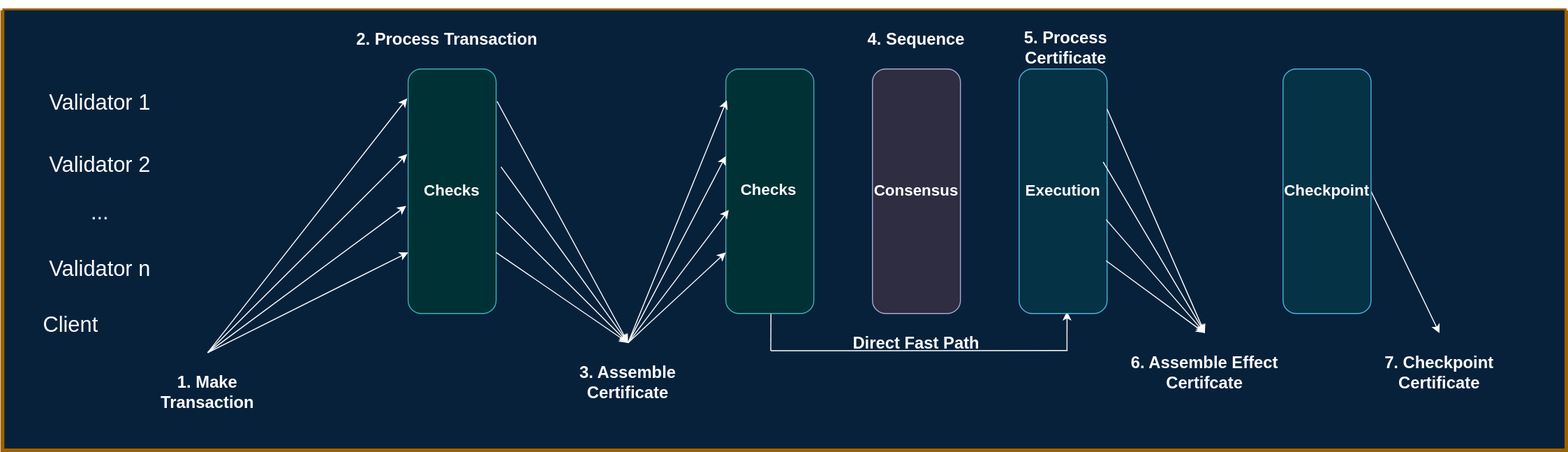
Above: docs/site/static/img/about-iota/iota-architecture/dark/TransactionLifeCycle.svg in iotaledger/iota (draw.io), before the change. Source tidied: cells renumbered, new cells last; positions are measured from the earlier drawing's top-left corner, leaving out a move shared by most shapes.
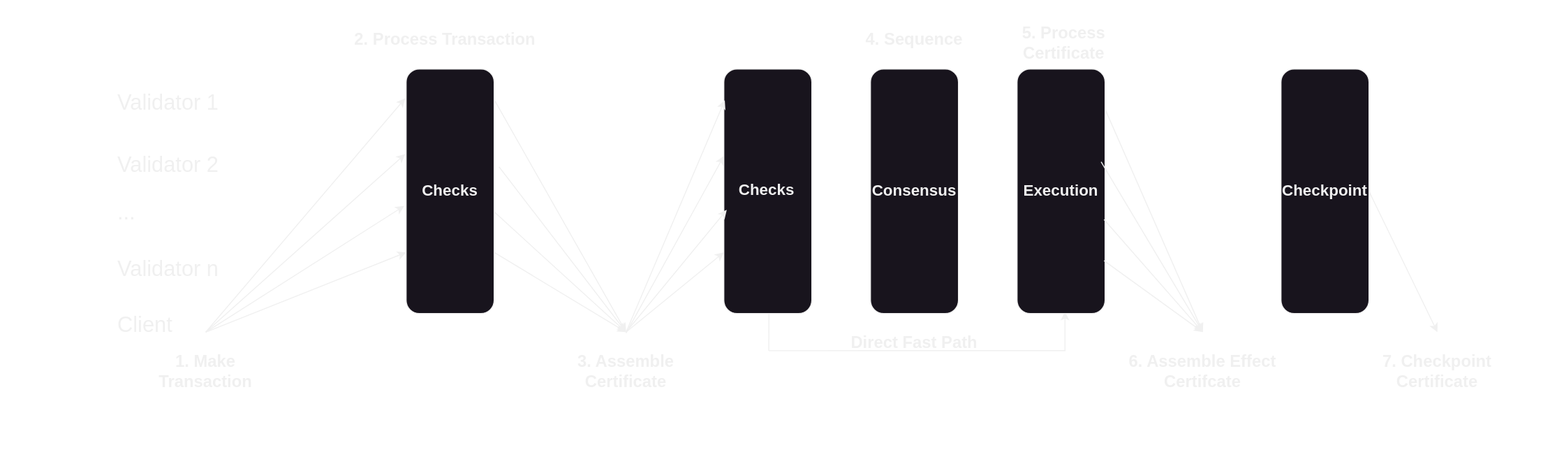
The same file after the commit.

Commit message:
task(devx):update transaction lifecycle

The edit, as a diff of the source:
```diff
@@ -2,7 +2,7 @@
   <root>
     <mxCell id="0" />
     <mxCell id="1" parent="0" />
-    <mxCell id="2" value="&lt;h4&gt;&lt;br&gt;&lt;/h4&gt;" style="swimlane;html=1;startSize=0;fontStyle=1;horizontal=1;swimlaneLine=0;strokeWidth=4;swimlaneFillColor=#CCE5FF;fillColor=#ffe6cc;strokeColor=#d79b00;fontFamily=Tahoma;swimlaneHead=1;noLabel=0;spacingTop=60;" parent="1" vertex="1">
+    <mxCell id="2" value="&lt;h4&gt;&lt;br&gt;&lt;/h4&gt;" style="swimlane;html=1;startSize=0;fontStyle=1;horizontal=1;swimlaneLine=0;strokeWidth=4;swimlaneFillColor=none;fontFamily=Tahoma;swimlaneHead=1;noLabel=0;spacingTop=60;strokeColor=none;fillColor=none;" parent="1" vertex="1">
       <mxGeometry y="10" width="1600" height="450" as="geometry" />
     </mxCell>
     <mxCell id="3" style="edgeStyle=orthogonalEdgeStyle;rounded=0;orthogonalLoop=1;jettySize=auto;html=1;fontSize=8;entryX=0.5;entryY=0;entryDx=0;entryDy=0;entryPerimeter=0;strokeColor=#369FAB;fontFamily=Helvetica;" parent="2" edge="1">
@@ -21,50 +21,47 @@
       </mxGeometry>
     </mxCell>
     <mxCell id="6" value="&lt;h1 style=&quot;font-size: 17px;&quot;&gt;1. Make Transaction&lt;/h1&gt;" style="text;html=1;align=center;verticalAlign=middle;whiteSpace=wrap;rounded=0;fontSize=17;" parent="2" vertex="1">
-      <mxGeometry x="130" y="350" width="160" height="81" as="geometry" />
+      <mxGeometry x="130" y="329" width="160" height="81" as="geometry" />
     </mxCell>
-    <mxCell id="7" value="&lt;span style=&quot;font-size: 16px;&quot;&gt;&lt;/span&gt;&lt;span style=&quot;line-height: 1; font-size: 16px;&quot;&gt;&lt;font style=&quot;font-size: 16px;&quot;&gt;&lt;b&gt;Checks&lt;/b&gt;&lt;/font&gt;&lt;/span&gt;" style="rounded=1;whiteSpace=wrap;html=1;fontFamily=Helvetica;fontSize=16;fillColor=#b0e3e6;spacingBottom=3;strokeColor=#0e8088;direction=east;flipH=0;" parent="2" vertex="1">
+    <mxCell id="7" value="&lt;span style=&quot;font-size: 16px;&quot;&gt;&lt;/span&gt;&lt;span style=&quot;line-height: 1; font-size: 16px;&quot;&gt;&lt;font style=&quot;font-size: 16px;&quot;&gt;&lt;b&gt;Checks&lt;/b&gt;&lt;/font&gt;&lt;/span&gt;" style="rounded=1;whiteSpace=wrap;html=1;fontFamily=Helvetica;fontSize=16;spacingBottom=3;direction=east;flipH=0;" parent="2" vertex="1">
       <mxGeometry x="415" y="60" width="90" height="250" as="geometry" />
     </mxCell>
-    <mxCell id="8" value="Client&lt;div style=&quot;font-size: 22px;&quot;&gt;&lt;br style=&quot;font-size: 22px;&quot;&gt;&lt;/div&gt;" style="text;html=1;align=center;verticalAlign=middle;whiteSpace=wrap;rounded=0;fontSize=22;" parent="2" vertex="1">
-      <mxGeometry x="40" y="320" width="60" height="30" as="geometry" />
+    <mxCell id="8" value="Client&lt;div style=&quot;font-size: 22px;&quot;&gt;&lt;br style=&quot;font-size: 22px;&quot;&gt;&lt;/div&gt;" style="text;html=1;align=left;verticalAlign=middle;whiteSpace=wrap;rounded=0;fontSize=22;" parent="2" vertex="1">
+      <mxGeometry x="118" y="320" width="60" height="30" as="geometry" />
     </mxCell>
-    <mxCell id="9" value="&lt;div style=&quot;font-size: 22px;&quot;&gt;Validator n&lt;/div&gt;" style="text;html=1;align=center;verticalAlign=middle;whiteSpace=wrap;rounded=0;fontSize=22;" parent="2" vertex="1">
-      <mxGeometry x="40" y="250" width="120" height="30" as="geometry" />
+    <mxCell id="9" value="&lt;div style=&quot;font-size: 22px;&quot;&gt;Validator n&lt;/div&gt;" style="text;html=1;align=left;verticalAlign=middle;whiteSpace=wrap;rounded=0;fontSize=22;" parent="2" vertex="1">
+      <mxGeometry x="118" y="250" width="120" height="30" as="geometry" />
     </mxCell>
-    <mxCell id="10" value="&lt;div style=&quot;font-size: 22px;&quot;&gt;Validator 1&lt;/div&gt;" style="text;html=1;align=center;verticalAlign=middle;whiteSpace=wrap;rounded=0;fontSize=22;" parent="2" vertex="1">
-      <mxGeometry x="40" y="80" width="120" height="30" as="geometry" />
+    <mxCell id="10" value="&lt;div style=&quot;font-size: 22px;&quot;&gt;Validator 1&lt;/div&gt;" style="text;html=1;align=left;verticalAlign=middle;whiteSpace=wrap;rounded=0;fontSize=22;" parent="2" vertex="1">
+      <mxGeometry x="118" y="80" width="120" height="30" as="geometry" />
     </mxCell>
-    <mxCell id="11" value="&lt;div style=&quot;font-size: 22px;&quot;&gt;Validator 2&lt;/div&gt;" style="text;html=1;align=center;verticalAlign=middle;whiteSpace=wrap;rounded=0;fontSize=22;" parent="2" vertex="1">
-      <mxGeometry x="40" y="144" width="120" height="30" as="geometry" />
+    <mxCell id="11" value="&lt;div style=&quot;font-size: 22px;&quot;&gt;Validator 2&lt;/div&gt;" style="text;html=1;align=left;verticalAlign=middle;whiteSpace=wrap;rounded=0;fontSize=22;" parent="2" vertex="1">
+      <mxGeometry x="118" y="144" width="120" height="30" as="geometry" />
     </mxCell>
-    <mxCell id="12" style="endArrow=classic;html=1;rounded=0;" parent="2" edge="1">
+    <mxCell id="12" style="endArrow=classic;html=1;rounded=0;exitX=0.5;exitY=0;exitDx=0;exitDy=0;fontColor=#000000;" parent="2" edge="1" source="6">
       <mxGeometry relative="1" as="geometry">
-        <mxPoint x="210" y="350" as="sourcePoint" />
         <mxPoint x="413" y="200" as="targetPoint" />
       </mxGeometry>
     </mxCell>
-    <mxCell id="13" style="endArrow=classic;html=1;rounded=0;entryX=0;entryY=0.75;entryDx=0;entryDy=0;" parent="2" edge="1" target="7">
-      <mxGeometry relative="1" as="geometry">
-        <mxPoint x="210" y="350" as="sourcePoint" />
-      </mxGeometry>
+    <mxCell id="13" style="endArrow=classic;html=1;rounded=0;entryX=0;entryY=0.75;entryDx=0;entryDy=0;exitX=0.5;exitY=0;exitDx=0;exitDy=0;fontColor=#000000;" parent="2" edge="1" source="6" target="7">
+      <mxGeometry relative="1" as="geometry" />
     </mxCell>
-    <mxCell id="14" style="endArrow=classic;html=1;rounded=0;exitX=0.5;exitY=0;exitDx=0;exitDy=0;entryX=-0.011;entryY=0.348;entryDx=0;entryDy=0;entryPerimeter=0;" parent="2" edge="1" source="6" target="7">
+    <mxCell id="14" style="endArrow=classic;html=1;rounded=0;exitX=0.5;exitY=0;exitDx=0;exitDy=0;entryX=-0.011;entryY=0.348;entryDx=0;entryDy=0;entryPerimeter=0;fontColor=#000000;" parent="2" edge="1" source="6" target="7">
       <mxGeometry relative="1" as="geometry" />
     </mxCell>
-    <mxCell id="15" style="endArrow=classic;html=1;rounded=0;exitX=0.5;exitY=0;exitDx=0;exitDy=0;entryX=-0.011;entryY=0.12;entryDx=0;entryDy=0;entryPerimeter=0;" parent="2" edge="1" source="6" target="7">
+    <mxCell id="15" style="endArrow=classic;html=1;rounded=0;exitX=0.5;exitY=0;exitDx=0;exitDy=0;entryX=-0.011;entryY=0.12;entryDx=0;entryDy=0;entryPerimeter=0;fontColor=#000000;" parent="2" edge="1" source="6" target="7">
       <mxGeometry relative="1" as="geometry" />
     </mxCell>
     <mxCell id="16" value="&lt;h1 style=&quot;font-size: 17px;&quot;&gt;3. Assemble Certificate&lt;/h1&gt;" style="text;html=1;align=center;verticalAlign=middle;whiteSpace=wrap;rounded=0;fontSize=17;" parent="2" vertex="1">
-      <mxGeometry x="560" y="340" width="160" height="81" as="geometry" />
+      <mxGeometry x="560" y="329" width="160" height="81" as="geometry" />
     </mxCell>
     <mxCell id="17" value="&lt;h1 style=&quot;font-size: 17px;&quot;&gt;2. Process Transaction&lt;/h1&gt;" style="text;html=1;align=center;verticalAlign=middle;whiteSpace=wrap;rounded=0;fontSize=17;" parent="2" vertex="1">
       <mxGeometry x="260" y="-10" width="390" height="81" as="geometry" />
     </mxCell>
-    <mxCell id="18" style="endArrow=classic;html=1;rounded=0;entryX=0.5;entryY=0;entryDx=0;entryDy=0;exitX=1.011;exitY=0.132;exitDx=0;exitDy=0;exitPerimeter=0;" parent="2" edge="1" source="7" target="16">
+    <mxCell id="18" style="endArrow=classic;html=1;rounded=0;entryX=0.5;entryY=0;entryDx=0;entryDy=0;exitX=1.011;exitY=0.132;exitDx=0;exitDy=0;exitPerimeter=0;fontColor=#000000;" parent="2" edge="1" source="7" target="16">
       <mxGeometry relative="1" as="geometry" />
     </mxCell>
-    <mxCell id="19" style="endArrow=classic;html=1;rounded=0;entryX=0.5;entryY=0;entryDx=0;entryDy=0;" parent="2" edge="1" target="16">
+    <mxCell id="19" style="endArrow=classic;html=1;rounded=0;entryX=0.5;entryY=0;entryDx=0;entryDy=0;fontColor=#000000;" parent="2" edge="1" target="16">
       <mxGeometry relative="1" as="geometry">
         <mxPoint x="510" y="160" as="sourcePoint" />
       </mxGeometry>
@@ -73,94 +70,88 @@
       <mxGeometry x="740" y="-10" width="390" height="81" as="geometry" />
     </mxCell>
     <mxCell id="21" value="&lt;h1 style=&quot;font-size: 17px;&quot;&gt;5. Process Certificate&lt;/h1&gt;" style="text;html=1;align=center;verticalAlign=middle;whiteSpace=wrap;rounded=0;fontSize=17;" parent="2" vertex="1">
-      <mxGeometry x="1028" y="-2" width="120" height="81" as="geometry" />
+      <mxGeometry x="1028" y="-7" width="120" height="81" as="geometry" />
     </mxCell>
     <mxCell id="22" value="&lt;h1 style=&quot;font-size: 17px;&quot;&gt;6. Assemble Effect Certifcate&lt;/h1&gt;" style="text;html=1;align=center;verticalAlign=middle;whiteSpace=wrap;rounded=0;fontSize=17;" parent="2" vertex="1">
-      <mxGeometry x="1130" y="330" width="200" height="81" as="geometry" />
+      <mxGeometry x="1130" y="329" width="200" height="81" as="geometry" />
     </mxCell>
     <mxCell id="23" value="&lt;h1 style=&quot;font-size: 17px;&quot;&gt;7. Checkpoint Certificate&lt;/h1&gt;" style="text;html=1;align=center;verticalAlign=middle;whiteSpace=wrap;rounded=0;fontSize=17;" parent="2" vertex="1">
-      <mxGeometry x="1370" y="330" width="200" height="81" as="geometry" />
+      <mxGeometry x="1370" y="329" width="200" height="81" as="geometry" />
     </mxCell>
-    <mxCell id="24" value="&lt;div style=&quot;font-size: 22px;&quot;&gt;...&lt;/div&gt;" style="text;html=1;align=center;verticalAlign=middle;whiteSpace=wrap;rounded=0;fontSize=22;" parent="2" vertex="1">
-      <mxGeometry x="40" y="192" width="120" height="30" as="geometry" />
+    <mxCell id="24" value="&lt;div style=&quot;font-size: 22px;&quot;&gt;...&lt;/div&gt;" style="text;html=1;align=left;verticalAlign=middle;whiteSpace=wrap;rounded=0;fontSize=22;" parent="2" vertex="1">
+      <mxGeometry x="118" y="192" width="120" height="30" as="geometry" />
     </mxCell>
-    <mxCell id="25" style="endArrow=classic;html=1;rounded=0;exitX=1;exitY=0.75;exitDx=0;exitDy=0;entryX=0.5;entryY=0;entryDx=0;entryDy=0;" parent="2" edge="1" source="7" target="16">
+    <mxCell id="25" style="endArrow=classic;html=1;rounded=0;exitX=1;exitY=0.75;exitDx=0;exitDy=0;entryX=0.5;entryY=0;entryDx=0;entryDy=0;fontColor=#000000;" parent="2" edge="1" source="7" target="16">
       <mxGeometry relative="1" as="geometry" />
     </mxCell>
-    <mxCell id="26" style="endArrow=classic;html=1;rounded=0;exitX=1;exitY=0.584;exitDx=0;exitDy=0;entryX=0.5;entryY=0;entryDx=0;entryDy=0;exitPerimeter=0;" parent="2" edge="1" source="7" target="16">
+    <mxCell id="26" style="endArrow=classic;html=1;rounded=0;exitX=1;exitY=0.584;exitDx=0;exitDy=0;entryX=0.5;entryY=0;entryDx=0;entryDy=0;exitPerimeter=0;fontColor=#000000;" parent="2" edge="1" source="7" target="16">
       <mxGeometry relative="1" as="geometry" />
     </mxCell>
-    <mxCell id="27" style="endArrow=classic;html=1;rounded=0;entryX=0.5;entryY=0;entryDx=0;entryDy=0;exitX=1;exitY=0.5;exitDx=0;exitDy=0;" parent="2" edge="1" source="34" target="23">
+    <mxCell id="27" style="endArrow=classic;html=1;rounded=0;entryX=0.5;entryY=0;entryDx=0;entryDy=0;exitX=1;exitY=0.5;exitDx=0;exitDy=0;fontColor=#000000;" parent="2" edge="1" source="34" target="23">
       <mxGeometry relative="1" as="geometry" />
     </mxCell>
-    <mxCell id="28" style="endArrow=none;html=1;rounded=0;" parent="2" edge="1">
+    <mxCell id="28" style="endArrow=none;html=1;rounded=0;fontColor=#000000;" parent="2" edge="1">
       <mxGeometry relative="1" as="geometry">
         <mxPoint x="786" y="348" as="sourcePoint" />
         <mxPoint x="786.2" y="310" as="targetPoint" />
       </mxGeometry>
     </mxCell>
-    <mxCell id="29" style="endArrow=classic;html=1;rounded=0;entryX=0.556;entryY=1;entryDx=0;entryDy=0;entryPerimeter=0;" parent="2" edge="1">
+    <mxCell id="29" style="endArrow=classic;html=1;rounded=0;entryX=0.556;entryY=1;entryDx=0;entryDy=0;entryPerimeter=0;fontColor=#000000;" parent="2" edge="1">
       <mxGeometry relative="1" as="geometry">
         <mxPoint x="1089" y="348" as="sourcePoint" />
         <mxPoint x="1089" y="308" as="targetPoint" />
       </mxGeometry>
     </mxCell>
-    <mxCell id="30" value="&lt;span style=&quot;font-size: 16px;&quot;&gt;&lt;/span&gt;&lt;span style=&quot;line-height: 1; font-size: 16px;&quot;&gt;&lt;font style=&quot;font-size: 16px;&quot;&gt;&lt;b&gt;Checks&lt;/b&gt;&lt;/font&gt;&lt;/span&gt;" style="rounded=1;whiteSpace=wrap;html=1;fontFamily=Helvetica;fontSize=16;fillColor=#b0e3e6;spacingBottom=3;strokeColor=#0e8088;textDirection=vertical-lr;labelPosition=center;verticalLabelPosition=middle;align=center;verticalAlign=middle;horizontal=0;" parent="2" vertex="1">
+    <mxCell id="30" value="&lt;span style=&quot;font-size: 16px;&quot;&gt;&lt;/span&gt;&lt;span style=&quot;line-height: 1; font-size: 16px;&quot;&gt;&lt;font style=&quot;font-size: 16px;&quot;&gt;&lt;b&gt;Checks&lt;/b&gt;&lt;/font&gt;&lt;/span&gt;" style="rounded=1;whiteSpace=wrap;html=1;fontFamily=Helvetica;fontSize=16;spacingBottom=3;textDirection=vertical-lr;labelPosition=center;verticalLabelPosition=middle;align=center;verticalAlign=middle;horizontal=0;" parent="2" vertex="1">
       <mxGeometry x="740" y="60" width="90" height="250" as="geometry" />
     </mxCell>
-    <mxCell id="31" value="&lt;span style=&quot;font-size: 16px;&quot;&gt;&lt;/span&gt;&lt;b&gt;Consensus&lt;/b&gt;" style="rounded=1;whiteSpace=wrap;html=1;fontFamily=Helvetica;fontSize=16;fillColor=#d0cee2;spacingBottom=3;strokeColor=#56517e;" parent="2" vertex="1">
+    <mxCell id="31" value="&lt;span style=&quot;font-size: 16px;&quot;&gt;&lt;/span&gt;&lt;b&gt;Consensus&lt;/b&gt;" style="rounded=1;whiteSpace=wrap;html=1;fontFamily=Helvetica;fontSize=16;spacingBottom=3;" parent="2" vertex="1">
       <mxGeometry x="890" y="60" width="90" height="250" as="geometry" />
     </mxCell>
-    <mxCell id="32" value="&lt;span style=&quot;font-size: 16px;&quot;&gt;&lt;/span&gt;&lt;b&gt;Execution&lt;/b&gt;" style="rounded=1;whiteSpace=wrap;html=1;fontFamily=Helvetica;fontSize=16;fillColor=#b1ddf0;spacingBottom=3;strokeColor=#10739e;" parent="2" vertex="1">
+    <mxCell id="32" value="&lt;span style=&quot;font-size: 16px;&quot;&gt;&lt;/span&gt;&lt;b&gt;Execution&lt;/b&gt;" style="rounded=1;whiteSpace=wrap;html=1;fontFamily=Helvetica;fontSize=16;spacingBottom=3;" parent="2" vertex="1">
       <mxGeometry x="1040" y="60" width="90" height="250" as="geometry" />
     </mxCell>
     <mxCell id="33" value="&lt;h1 style=&quot;font-size: 17px;&quot;&gt;Direct Fast Path&lt;/h1&gt;" style="text;html=1;align=center;verticalAlign=middle;whiteSpace=wrap;rounded=0;fontSize=17;" parent="2" vertex="1">
       <mxGeometry x="770" y="300" width="330" height="81" as="geometry" />
     </mxCell>
-    <mxCell id="34" value="&lt;span style=&quot;font-size: 16px;&quot;&gt;&lt;/span&gt;&lt;b&gt;Checkpoint&lt;/b&gt;" style="rounded=1;whiteSpace=wrap;html=1;fontFamily=Helvetica;fontSize=16;fillColor=#b1ddf0;spacingBottom=3;strokeColor=#10739e;" parent="2" vertex="1">
+    <mxCell id="34" value="&lt;span style=&quot;font-size: 16px;&quot;&gt;&lt;/span&gt;&lt;b&gt;Checkpoint&lt;/b&gt;" style="rounded=1;whiteSpace=wrap;html=1;fontFamily=Helvetica;fontSize=16;spacingBottom=3;" parent="2" vertex="1">
       <mxGeometry x="1310" y="60" width="90" height="250" as="geometry" />
     </mxCell>
+    <mxCell id="38" style="endArrow=classic;html=1;rounded=0;exitX=0.5;exitY=0;exitDx=0;exitDy=0;entryX=0.011;entryY=0.128;entryDx=0;entryDy=0;entryPerimeter=0;fontColor=#000000;" parent="2" edge="1" source="16" target="30">
+      <mxGeometry relative="1" as="geometry" />
+    </mxCell>
-    <mxCell id="35" style="endArrow=classic;html=1;rounded=0;entryX=0.033;entryY=0.576;entryDx=0;entryDy=0;entryPerimeter=0;" parent="1" edge="1" target="30">
-      <mxGeometry relative="1" as="geometry">
-        <mxPoint x="640" y="350" as="sourcePoint" />
-      </mxGeometry>
+    <mxCell id="35" style="endArrow=classic;html=1;rounded=0;entryX=0.033;entryY=0.576;entryDx=0;entryDy=0;entryPerimeter=0;exitX=0.5;exitY=0;exitDx=0;exitDy=0;fontColor=#000000;" parent="2" edge="1" source="16" target="30">
+      <mxGeometry relative="1" as="geometry" />
     </mxCell>
-    <mxCell id="36" style="endArrow=classic;html=1;rounded=0;entryX=0;entryY=0.75;entryDx=0;entryDy=0;" parent="1" edge="1" target="30">
-      <mxGeometry relative="1" as="geometry">
-        <mxPoint x="640" y="350" as="sourcePoint" />
-      </mxGeometry>
+    <mxCell id="36" style="endArrow=classic;html=1;rounded=0;entryX=0;entryY=0.75;entryDx=0;entryDy=0;exitX=0.5;exitY=0;exitDx=0;exitDy=0;fontColor=#000000;" parent="2" edge="1" source="16" target="30">
+      <mxGeometry relative="1" as="geometry" />
     </mxCell>
-    <mxCell id="37" style="endArrow=classic;html=1;rounded=0;exitX=0.5;exitY=0;exitDx=0;exitDy=0;entryX=0;entryY=0.356;entryDx=0;entryDy=0;entryPerimeter=0;" parent="1" edge="1" target="30">
+    <mxCell id="37" style="endArrow=classic;html=1;rounded=0;entryX=0;entryY=0.356;entryDx=0;entryDy=0;entryPerimeter=0;fontColor=#000000;" parent="1" edge="1" target="30">
       <mxGeometry relative="1" as="geometry">
-        <mxPoint x="640" y="350" as="sourcePoint" />
+        <mxPoint x="640" y="340" as="sourcePoint" />
       </mxGeometry>
     </mxCell>
-    <mxCell id="38" style="endArrow=classic;html=1;rounded=0;exitX=0.5;exitY=0;exitDx=0;exitDy=0;entryX=0.011;entryY=0.128;entryDx=0;entryDy=0;entryPerimeter=0;" parent="1" edge="1" target="30">
-      <mxGeometry relative="1" as="geometry">
-        <mxPoint x="640" y="350" as="sourcePoint" />
-      </mxGeometry>
-    </mxCell>
-    <mxCell id="39" style="endArrow=classic;html=1;rounded=0;entryX=0.5;entryY=0;entryDx=0;entryDy=0;exitX=1.011;exitY=0.132;exitDx=0;exitDy=0;exitPerimeter=0;" parent="1" edge="1" target="22">
+    <mxCell id="39" style="endArrow=classic;html=1;rounded=0;entryX=0.5;entryY=0;entryDx=0;entryDy=0;exitX=1.011;exitY=0.132;exitDx=0;exitDy=0;exitPerimeter=0;fontColor=#000000;" parent="1" edge="1" target="22">
       <mxGeometry relative="1" as="geometry">
         <mxPoint x="1130" y="111" as="sourcePoint" />
       </mxGeometry>
     </mxCell>
-    <mxCell id="40" style="endArrow=classic;html=1;rounded=0;exitX=0.967;exitY=0.348;exitDx=0;exitDy=0;entryX=0.5;entryY=0;entryDx=0;entryDy=0;exitPerimeter=0;" parent="1" edge="1" target="22">
+    <mxCell id="40" style="endArrow=classic;html=1;rounded=0;exitX=0.967;exitY=0.348;exitDx=0;exitDy=0;entryX=0.5;entryY=0;entryDx=0;entryDy=0;exitPerimeter=0;fontColor=#000000;" parent="1" edge="1" target="22">
       <mxGeometry relative="1" as="geometry">
         <mxPoint x="1126" y="165" as="sourcePoint" />
       </mxGeometry>
     </mxCell>
-    <mxCell id="41" style="endArrow=classic;html=1;rounded=0;exitX=1;exitY=0.75;exitDx=0;exitDy=0;entryX=0.5;entryY=0;entryDx=0;entryDy=0;" parent="1" edge="1" target="22">
+    <mxCell id="41" style="endArrow=classic;html=1;rounded=0;exitX=1;exitY=0.75;exitDx=0;exitDy=0;entryX=0.5;entryY=0;entryDx=0;entryDy=0;fontColor=#000000;" parent="1" edge="1" target="22">
       <mxGeometry relative="1" as="geometry">
         <mxPoint x="1129" y="266" as="sourcePoint" />
       </mxGeometry>
     </mxCell>
-    <mxCell id="42" style="endArrow=classic;html=1;rounded=0;exitX=1;exitY=0.584;exitDx=0;exitDy=0;entryX=0.5;entryY=0;entryDx=0;entryDy=0;exitPerimeter=0;" parent="1" edge="1" target="22">
+    <mxCell id="42" style="endArrow=classic;html=1;rounded=0;exitX=1;exitY=0.584;exitDx=0;exitDy=0;entryX=0.5;entryY=0;entryDx=0;entryDy=0;exitPerimeter=0;fontColor=#000000;" parent="1" edge="1" target="22">
       <mxGeometry relative="1" as="geometry">
         <mxPoint x="1129" y="224" as="sourcePoint" />
       </mxGeometry>
     </mxCell>
-    <mxCell id="43" style="endArrow=none;html=1;rounded=0;entryX=0.681;entryY=0.773;entryDx=0;entryDy=0;entryPerimeter=0;" parent="1" edge="1" target="2">
+    <mxCell id="43" style="endArrow=none;html=1;rounded=0;entryX=0.681;entryY=0.773;entryDx=0;entryDy=0;entryPerimeter=0;fontColor=#000000;" parent="1" edge="1" target="2">
       <mxGeometry relative="1" as="geometry">
         <mxPoint x="786" y="358" as="sourcePoint" />
       </mxGeometry>
```
